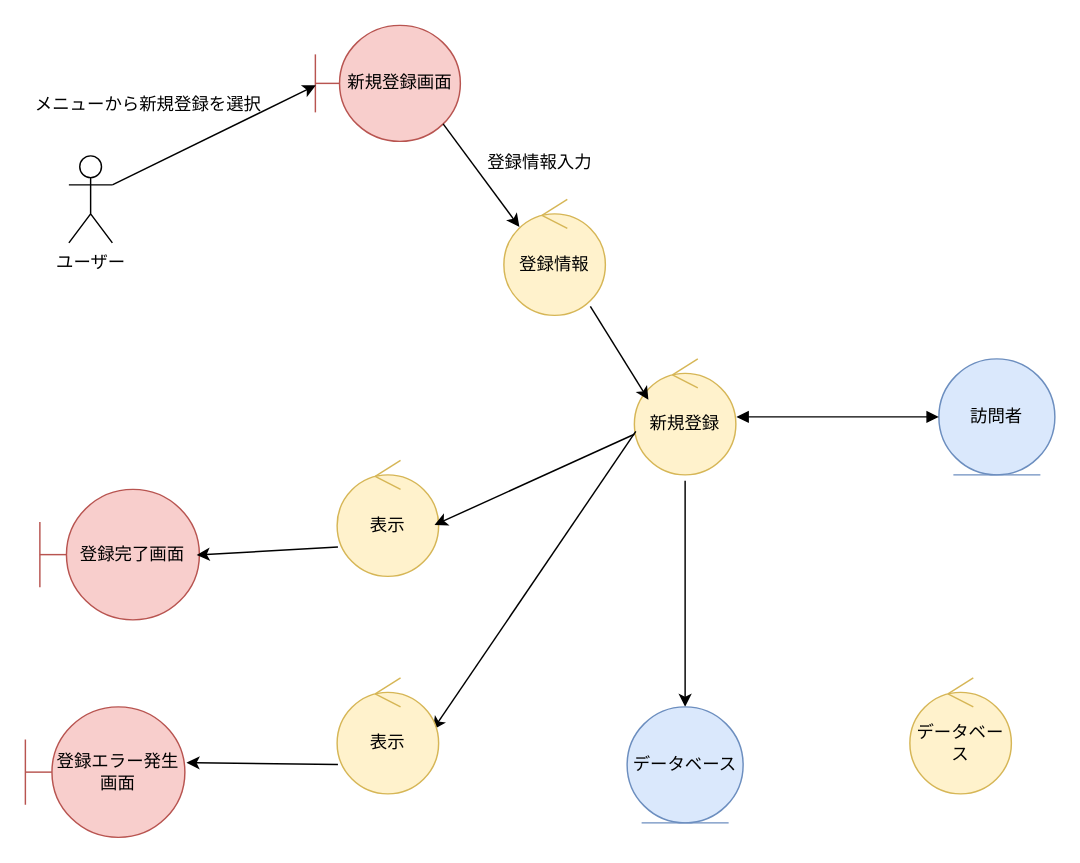
The draw.io diagram 07_web_visitor/analysis_00_touroku.drawio in takano1228/ohara_uml, before the edit. Source tidied: cells renumbered, new cells numbered last; positions are measured from the earlier drawing's top-left corner, leaving out a move shared by most shapes. Both pictures are drawn from the tidied source at 145%, with x=0, y=0 at pixel (25, 25).
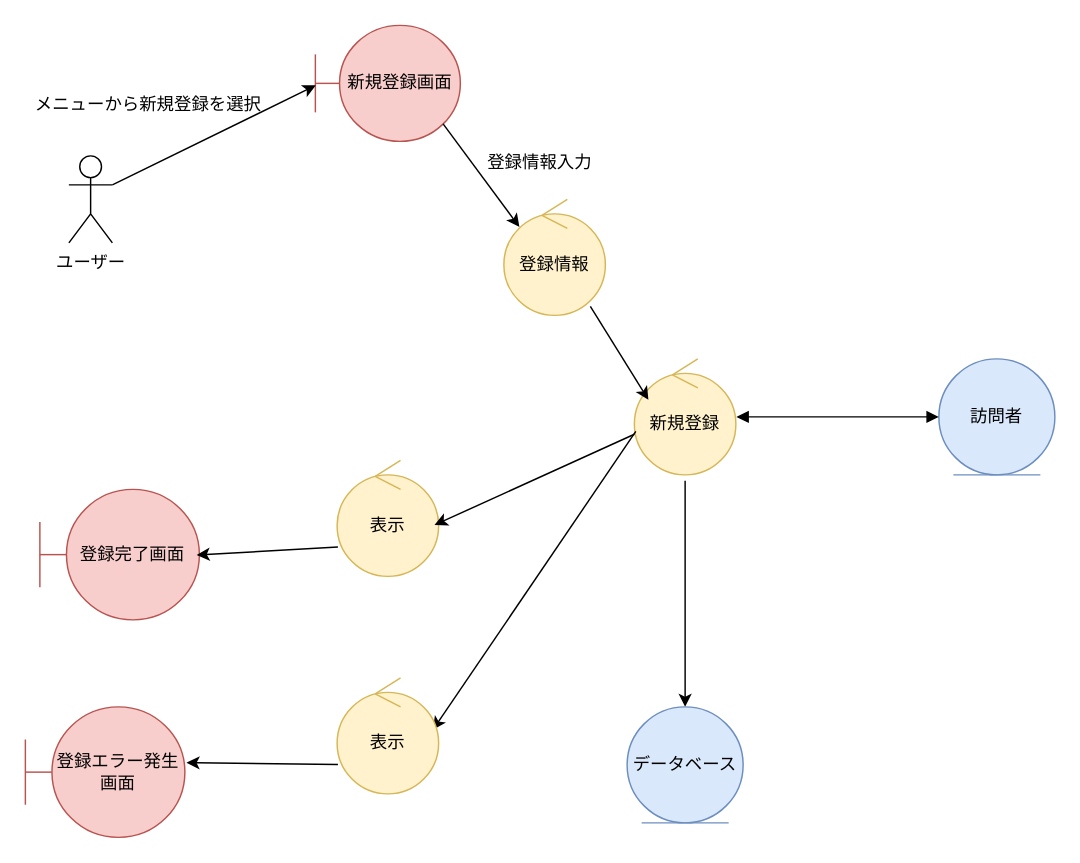
After the change.

The edit, as a diff of the source:
```diff
@@
-    <mxCell id="21" value="データベース" style="ellipse;shape=umlControl;whiteSpace=wrap;html=1;fillColor=#fff2cc;strokeColor=#d6b656;" parent="1" vertex="1">
-      <mxGeometry x="610" y="450" width="70" height="80" as="geometry" />
-    </mxCell>
```
